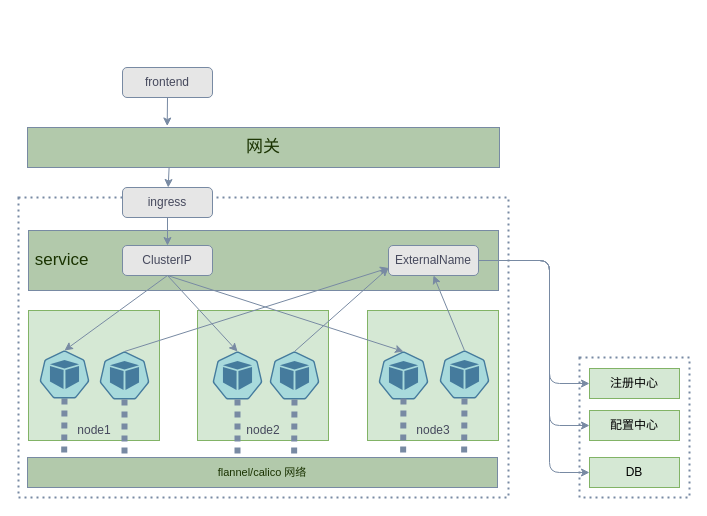
The draw.io diagram page "Page-2" (2 of 2) of diagrams.net/newaic_k8s_cluster.drawio in ZhengweiHou/simplegit, before the edit. Source tidied: cells renumbered, new cells numbered last; positions are measured from the earlier drawing's top-left corner, leaving out a move shared by most shapes. Both pictures are drawn from the tidied source at 100%, with x=0, y=0 at pixel (18, 67).
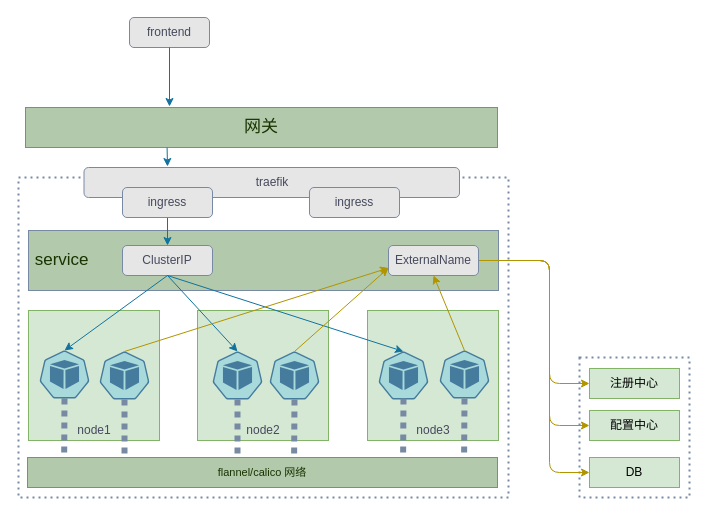
The same diagram, later.

The change refers to these unchanged cells:
```xml
<mxCell id="5" value="ClusterIP" style="rounded=1;whiteSpace=wrap;html=1;sketch=0;fontColor=#46495D;strokeColor=#788AA3;strokeWidth=1;fillColor=#E6E6E6;" parent="1" vertex="1">
  <mxGeometry x="104" y="178" width="90" height="30" as="geometry" />
</mxCell>
<mxCell id="9" value="ExternalName" style="rounded=1;whiteSpace=wrap;html=1;sketch=0;fontColor=#46495D;strokeColor=#788AA3;strokeWidth=1;fillColor=#E6E6E6;" parent="1" vertex="1">
  <mxGeometry x="370" y="178" width="90" height="30" as="geometry" />
</mxCell>
<mxCell id="19" style="html=1;dashed=0;whitespace=wrap;fillColor=#A8DADC;strokeColor=#457B9D;points=[[0.005,0.63,0],[0.1,0.2,0],[0.9,0.2,0],[0.5,0,0],[0.995,0.63,0],[0.72,0.99,0],[0.5,1,0],[0.28,0.99,0]];shape=mxgraph.kubernetes.icon;prIcon=pod;rounded=0;sketch=0;fontSize=16;fontColor=#1D3557;fontStyle=1;" parent="1" vertex="1">
  <mxGeometry x="21" y="283" width="50" height="48" as="geometry" />
</mxCell>
<mxCell id="20" style="html=1;dashed=0;whitespace=wrap;fillColor=#A8DADC;strokeColor=#457B9D;points=[[0.005,0.63,0],[0.1,0.2,0],[0.9,0.2,0],[0.5,0,0],[0.995,0.63,0],[0.72,0.99,0],[0.5,1,0],[0.28,0.99,0]];shape=mxgraph.kubernetes.icon;prIcon=pod;rounded=0;sketch=0;fontSize=16;fontColor=#1D3557;fontStyle=1;" parent="1" vertex="1">
  <mxGeometry x="81" y="284" width="50" height="48" as="geometry" />
</mxCell>
<mxCell id="21" style="html=1;dashed=0;whitespace=wrap;fillColor=#A8DADC;strokeColor=#457B9D;points=[[0.005,0.63,0],[0.1,0.2,0],[0.9,0.2,0],[0.5,0,0],[0.995,0.63,0],[0.72,0.99,0],[0.5,1,0],[0.28,0.99,0]];shape=mxgraph.kubernetes.icon;prIcon=pod;rounded=0;sketch=0;fontSize=16;fontColor=#1D3557;fontStyle=1;" parent="1" vertex="1">
  <mxGeometry x="194" y="284" width="50" height="48" as="geometry" />
</mxCell>
<mxCell id="22" style="html=1;dashed=0;whitespace=wrap;fillColor=#A8DADC;strokeColor=#457B9D;points=[[0.005,0.63,0],[0.1,0.2,0],[0.9,0.2,0],[0.5,0,0],[0.995,0.63,0],[0.72,0.99,0],[0.5,1,0],[0.28,0.99,0]];shape=mxgraph.kubernetes.icon;prIcon=pod;rounded=0;sketch=0;fontSize=16;fontColor=#1D3557;fontStyle=1;" parent="1" vertex="1">
  <mxGeometry x="251" y="284" width="50" height="48" as="geometry" />
</mxCell>
<mxCell id="23" style="html=1;dashed=0;whitespace=wrap;fillColor=#A8DADC;strokeColor=#457B9D;points=[[0.005,0.63,0],[0.1,0.2,0],[0.9,0.2,0],[0.5,0,0],[0.995,0.63,0],[0.72,0.99,0],[0.5,1,0],[0.28,0.99,0]];shape=mxgraph.kubernetes.icon;prIcon=pod;rounded=0;sketch=0;fontSize=16;fontColor=#1D3557;fontStyle=1;" parent="1" vertex="1">
  <mxGeometry x="360" y="284" width="50" height="48" as="geometry" />
</mxCell>
<mxCell id="24" style="html=1;dashed=0;whitespace=wrap;fillColor=#A8DADC;strokeColor=#457B9D;points=[[0.005,0.63,0],[0.1,0.2,0],[0.9,0.2,0],[0.5,0,0],[0.995,0.63,0],[0.72,0.99,0],[0.5,1,0],[0.28,0.99,0]];shape=mxgraph.kubernetes.icon;prIcon=pod;rounded=0;sketch=0;fontSize=16;fontColor=#1D3557;fontStyle=1;" parent="1" vertex="1">
  <mxGeometry x="421" y="283" width="50" height="48" as="geometry" />
</mxCell>
<mxCell id="41" value="DB" style="rounded=0;whiteSpace=wrap;html=1;sketch=0;strokeColor=#82b366;fillColor=#d5e8d4;align=center;" parent="1" vertex="1">
  <mxGeometry x="571" y="390" width="90" height="30" as="geometry" />
</mxCell>
<mxCell id="42" value="配置中心" style="rounded=0;whiteSpace=wrap;html=1;sketch=0;strokeColor=#82b366;fillColor=#d5e8d4;align=center;" parent="1" vertex="1">
  <mxGeometry x="571" y="343" width="90" height="30" as="geometry" />
</mxCell>
<mxCell id="43" value="注册中心" style="rounded=0;whiteSpace=wrap;html=1;sketch=0;strokeColor=#82b366;fillColor=#d5e8d4;align=center;" parent="1" vertex="1">
  <mxGeometry x="571" y="301" width="90" height="30" as="geometry" />
</mxCell>
```

What changed in the source:
```diff
@@
     <mxCell id="3" style="rounded=0;whiteSpace=wrap;html=1;sketch=0;fontColor=#46495D;strokeColor=#788AA3;fillColor=none;dashed=1;dashPattern=1 2;strokeWidth=2;" parent="1" vertex="1">
-      <mxGeometry y="130" width="490" height="300" as="geometry" />
+      <mxGeometry y="110" width="490" height="320" as="geometry" />
     </mxCell>
@@
-    <mxCell id="6" style="edgeStyle=orthogonalEdgeStyle;rounded=1;sketch=0;jumpSize=3;jettySize=auto;html=1;fontColor=#46495D;endArrow=classic;endFill=1;strokeColor=#788AA3;strokeWidth=1;fillColor=#B2C9AB;" parent="1" edge="1" source="9" target="42">
+    <mxCell id="6" style="edgeStyle=orthogonalEdgeStyle;rounded=1;sketch=0;jumpSize=3;jettySize=auto;html=1;fontColor=#46495D;endArrow=classic;endFill=1;strokeColor=#B09500;strokeWidth=1;fillColor=#e3c800;" parent="1" edge="1" source="9" target="42">
       <mxGeometry relative="1" as="geometry">
         <Array as="points">
           <mxPoint x="531" y="193" />
           <mxPoint x="531" y="358" />
         </Array>
       </mxGeometry>
     </mxCell>
-    <mxCell id="7" style="edgeStyle=orthogonalEdgeStyle;rounded=1;sketch=0;jumpSize=3;jettySize=auto;html=1;fontColor=#46495D;endArrow=classic;endFill=1;strokeColor=#788AA3;strokeWidth=1;fillColor=#B2C9AB;" parent="1" edge="1" source="9" target="43">
+    <mxCell id="7" style="edgeStyle=orthogonalEdgeStyle;rounded=1;sketch=0;jumpSize=3;jettySize=auto;html=1;fontColor=#46495D;endArrow=classic;endFill=1;strokeColor=#B09500;strokeWidth=1;fillColor=#e3c800;" parent="1" edge="1" source="9" target="43">
       <mxGeometry relative="1" as="geometry">
         <Array as="points">
           <mxPoint x="531" y="193" />
           <mxPoint x="531" y="316" />
         </Array>
       </mxGeometry>
     </mxCell>
-    <mxCell id="8" style="edgeStyle=orthogonalEdgeStyle;rounded=1;sketch=0;jumpSize=3;jettySize=auto;html=1;fontColor=#46495D;endArrow=classic;endFill=1;strokeColor=#788AA3;strokeWidth=1;fillColor=#B2C9AB;" parent="1" edge="1" source="9" target="41">
+    <mxCell id="8" style="edgeStyle=orthogonalEdgeStyle;rounded=1;sketch=0;jumpSize=3;jettySize=auto;html=1;fontColor=#46495D;endArrow=classic;endFill=1;strokeColor=#B09500;strokeWidth=1;fillColor=#e3c800;" parent="1" edge="1" source="9" target="41">
       <mxGeometry relative="1" as="geometry">
         <Array as="points">
           <mxPoint x="531" y="193" />
           <mxPoint x="531" y="405" />
         </Array>
       </mxGeometry>
     </mxCell>
@@
-    <mxCell id="10" style="edgeStyle=none;rounded=1;sketch=0;jettySize=auto;html=1;exitX=0.5;exitY=1;exitDx=0;exitDy=0;entryX=0.5;entryY=0;entryDx=0;entryDy=0;fontColor=#46495D;strokeColor=#788AA3;fillColor=#B2C9AB;" parent="1" edge="1" source="11" target="5">
+    <mxCell id="10" style="edgeStyle=none;rounded=1;sketch=0;jettySize=auto;html=1;exitX=0.5;exitY=1;exitDx=0;exitDy=0;entryX=0.5;entryY=0;entryDx=0;entryDy=0;fontColor=#46495D;strokeColor=#10739e;fillColor=#b1ddf0;" parent="1" edge="1" source="11" target="5">
       <mxGeometry relative="1" as="geometry" />
     </mxCell>
-    <mxCell id="11" value="ingress" style="rounded=1;whiteSpace=wrap;html=1;sketch=0;fontColor=#46495D;strokeColor=#788AA3;strokeWidth=1;fillColor=#E6E6E6;" parent="1" vertex="1">
-      <mxGeometry x="104" y="120" width="90" height="30" as="geometry" />
-    </mxCell>
@@
-    <mxCell id="25" style="edgeStyle=none;rounded=1;sketch=0;jettySize=auto;html=1;exitX=0.5;exitY=1;exitDx=0;exitDy=0;entryX=0.5;entryY=0;entryDx=0;entryDy=0;entryPerimeter=0;fontColor=#46495D;strokeColor=#788AA3;fillColor=#B2C9AB;" parent="1" edge="1" source="5" target="19">
+    <mxCell id="25" style="edgeStyle=none;rounded=1;sketch=0;jettySize=auto;html=1;exitX=0.5;exitY=1;exitDx=0;exitDy=0;entryX=0.5;entryY=0;entryDx=0;entryDy=0;entryPerimeter=0;fontColor=#46495D;strokeColor=#10739e;fillColor=#b1ddf0;" parent="1" edge="1" source="5" target="19">
       <mxGeometry relative="1" as="geometry" />
     </mxCell>
-    <mxCell id="26" style="edgeStyle=none;rounded=1;sketch=0;jettySize=auto;html=1;entryX=0.5;entryY=0;entryDx=0;entryDy=0;entryPerimeter=0;fontColor=#46495D;strokeColor=#788AA3;fillColor=#B2C9AB;exitX=0.5;exitY=1;exitDx=0;exitDy=0;" parent="1" edge="1" source="5" target="21">
+    <mxCell id="26" style="edgeStyle=none;rounded=1;sketch=0;jettySize=auto;html=1;entryX=0.5;entryY=0;entryDx=0;entryDy=0;entryPerimeter=0;fontColor=#46495D;strokeColor=#10739e;fillColor=#b1ddf0;exitX=0.5;exitY=1;exitDx=0;exitDy=0;" parent="1" edge="1" source="5" target="21">
       <mxGeometry relative="1" as="geometry" />
     </mxCell>
-    <mxCell id="27" style="edgeStyle=none;rounded=1;sketch=0;jettySize=auto;html=1;entryX=0.5;entryY=0;entryDx=0;entryDy=0;entryPerimeter=0;fontColor=#46495D;strokeColor=#788AA3;fillColor=#B2C9AB;exitX=0.5;exitY=1;exitDx=0;exitDy=0;" parent="1" edge="1" source="5" target="23">
+    <mxCell id="27" style="edgeStyle=none;rounded=1;sketch=0;jettySize=auto;html=1;entryX=0.5;entryY=0;entryDx=0;entryDy=0;entryPerimeter=0;fontColor=#46495D;strokeColor=#10739e;fillColor=#b1ddf0;exitX=0.5;exitY=1;exitDx=0;exitDy=0;" parent="1" edge="1" source="5" target="23">
       <mxGeometry relative="1" as="geometry" />
     </mxCell>
@@
     <mxCell id="34" value="frontend" style="rounded=1;whiteSpace=wrap;html=1;sketch=0;fontColor=#46495D;strokeColor=#788AA3;strokeWidth=1;fillColor=#E6E6E6;" parent="1" vertex="1">
-      <mxGeometry x="104" width="90" height="30" as="geometry" />
+      <mxGeometry x="111" y="-50" width="80" height="30" as="geometry" />
     </mxCell>
     <mxCell id="35" value="&lt;font style=&quot;font-size: 17px&quot; color=&quot;#1a3300&quot;&gt;网关&lt;/font&gt;" style="rounded=0;whiteSpace=wrap;html=1;sketch=0;strokeColor=#788AA3;strokeWidth=1;fillColor=#B2C9AB;align=center;fontColor=#46495D;" parent="1" vertex="1">
-      <mxGeometry x="9" y="60" width="472" height="40" as="geometry" />
+      <mxGeometry x="7" y="40" width="472" height="40" as="geometry" />
     </mxCell>
-    <mxCell id="36" style="edgeStyle=none;rounded=1;sketch=0;jettySize=auto;html=1;exitX=0.5;exitY=0;exitDx=0;exitDy=0;entryX=0;entryY=0.75;entryDx=0;entryDy=0;fontColor=#46495D;strokeColor=#788AA3;fillColor=#B2C9AB;exitPerimeter=0;" parent="1" edge="1" source="20" target="9">
+    <mxCell id="36" style="edgeStyle=none;rounded=1;sketch=0;jettySize=auto;html=1;exitX=0.5;exitY=0;exitDx=0;exitDy=0;entryX=0;entryY=0.75;entryDx=0;entryDy=0;fontColor=#46495D;strokeColor=#B09500;fillColor=#e3c800;exitPerimeter=0;" parent="1" edge="1" source="20" target="9">
       <mxGeometry relative="1" as="geometry" />
     </mxCell>
-    <mxCell id="37" style="edgeStyle=none;rounded=1;sketch=0;jettySize=auto;html=1;exitX=0.5;exitY=0;exitDx=0;exitDy=0;entryX=0;entryY=0.75;entryDx=0;entryDy=0;fontColor=#46495D;strokeColor=#788AA3;fillColor=#B2C9AB;exitPerimeter=0;" parent="1" edge="1" source="22" target="9">
+    <mxCell id="37" style="edgeStyle=none;rounded=1;sketch=0;jettySize=auto;html=1;exitX=0.5;exitY=0;exitDx=0;exitDy=0;entryX=0;entryY=0.75;entryDx=0;entryDy=0;fontColor=#46495D;strokeColor=#B09500;fillColor=#e3c800;exitPerimeter=0;" parent="1" edge="1" source="22" target="9">
       <mxGeometry relative="1" as="geometry" />
     </mxCell>
-    <mxCell id="38" style="edgeStyle=none;rounded=1;sketch=0;jettySize=auto;html=1;exitX=0.5;exitY=0;exitDx=0;exitDy=0;entryX=0.5;entryY=1;entryDx=0;entryDy=0;fontColor=#46495D;strokeColor=#788AA3;fillColor=#B2C9AB;exitPerimeter=0;" parent="1" edge="1" source="24" target="9">
+    <mxCell id="38" style="edgeStyle=none;rounded=1;sketch=0;jettySize=auto;html=1;exitX=0.5;exitY=0;exitDx=0;exitDy=0;entryX=0.5;entryY=1;entryDx=0;entryDy=0;fontColor=#46495D;strokeColor=#B09500;fillColor=#e3c800;exitPerimeter=0;" parent="1" edge="1" source="24" target="9">
       <mxGeometry relative="1" as="geometry" />
     </mxCell>
-    <mxCell id="39" style="endArrow=classic;html=1;fontColor=#46495D;strokeColor=#788AA3;strokeWidth=1;fillColor=#B2C9AB;exitX=0.3;exitY=1.004;exitDx=0;exitDy=0;exitPerimeter=0;" parent="1" edge="1" source="35" target="11">
-      <mxGeometry relative="1" as="geometry" />
+    <mxCell id="39" style="endArrow=classic;html=1;fontColor=#46495D;strokeColor=#10739e;strokeWidth=1;fillColor=#b1ddf0;exitX=0.3;exitY=1.004;exitDx=0;exitDy=0;exitPerimeter=0;" parent="1" edge="1" source="35">
+      <mxGeometry relative="1" as="geometry">
+        <mxPoint x="149" y="99" as="targetPoint" />
+      </mxGeometry>
     </mxCell>
-    <mxCell id="40" style="endArrow=classic;html=1;fontColor=#46495D;strokeColor=#788AA3;strokeWidth=1;fillColor=#B2C9AB;entryX=0.296;entryY=-0.037;entryDx=0;entryDy=0;entryPerimeter=0;exitX=0.5;exitY=1;exitDx=0;exitDy=0;" parent="1" edge="1" source="34" target="35">
-      <mxGeometry relative="1" as="geometry" />
+    <mxCell id="40" style="endArrow=classic;html=1;fontColor=#46495D;strokeColor=#10739e;strokeWidth=1;fillColor=#b1ddf0;exitX=0.5;exitY=1;exitDx=0;exitDy=0;" parent="1" edge="1" source="34">
+      <mxGeometry relative="1" as="geometry">
+        <mxPoint x="151" y="39" as="targetPoint" />
+      </mxGeometry>
     </mxCell>
@@
+    <mxCell id="44" value="traefik" style="rounded=1;whiteSpace=wrap;html=1;sketch=0;fontColor=#46495D;strokeColor=#788AA3;strokeWidth=1;fillColor=#E6E6E6;" parent="1" vertex="1">
+      <mxGeometry x="65.5" y="100" width="375.5" height="30" as="geometry" />
+    </mxCell>
+    <mxCell id="11" value="ingress" style="rounded=1;whiteSpace=wrap;html=1;sketch=0;fontColor=#46495D;strokeColor=#788AA3;strokeWidth=1;fillColor=#E6E6E6;" parent="1" vertex="1">
+      <mxGeometry x="104" y="120" width="90" height="30" as="geometry" />
+    </mxCell>
+    <mxCell id="45" value="ingress" style="rounded=1;whiteSpace=wrap;html=1;sketch=0;fontColor=#46495D;strokeColor=#788AA3;strokeWidth=1;fillColor=#E6E6E6;" parent="1" vertex="1">
+      <mxGeometry x="291" y="120" width="90" height="30" as="geometry" />
+    </mxCell>
```
